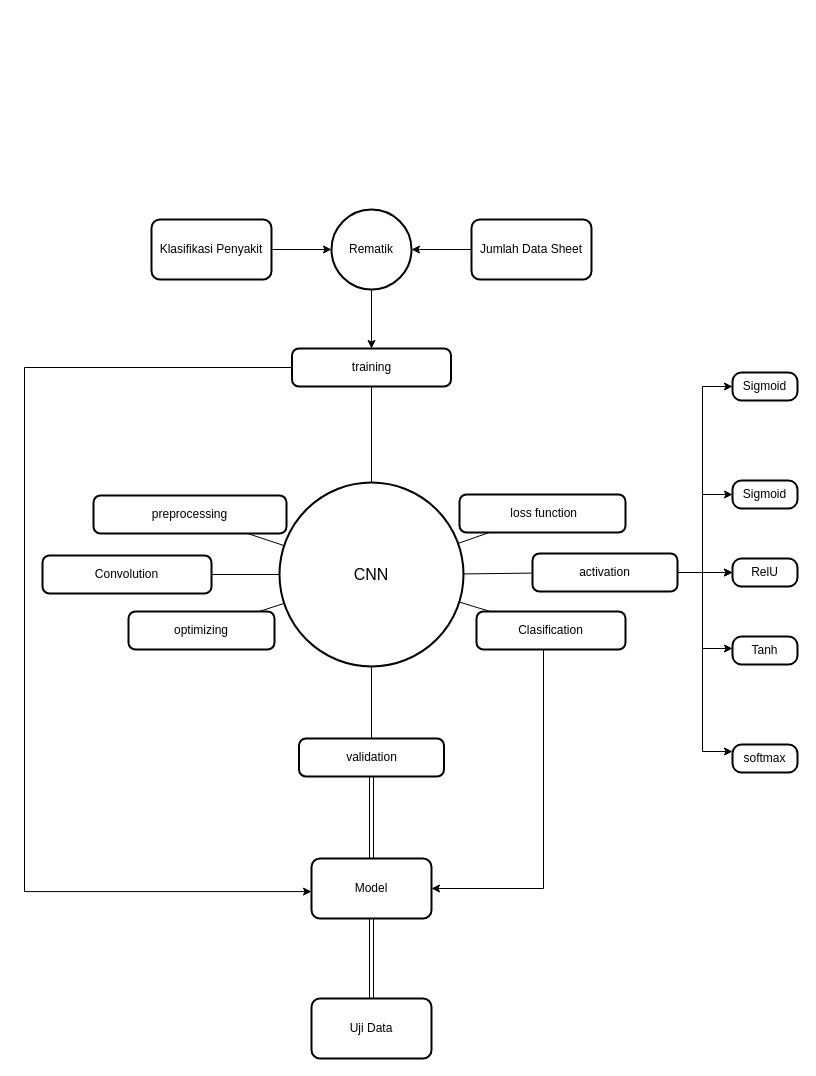
fathursidiq/Pythonmodel keeps this draw.io diagram as mindmap.drawio. Above is the earlier version. Source tidied: cells renumbered, new cells numbered last; positions are measured from the earlier drawing's top-left corner, leaving out a move shared by most shapes. Both pictures are drawn from the tidied source at 100%, with x=0, y=0 at pixel (24, 209).
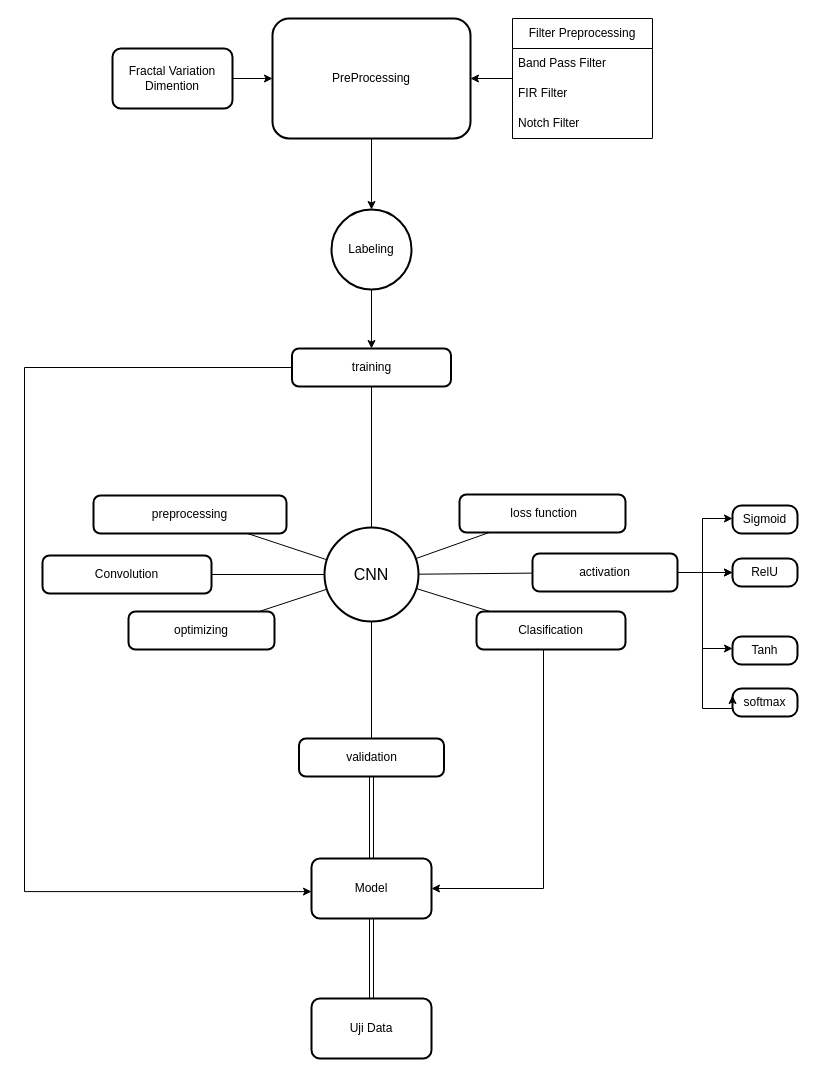
The same page after the edit.

Unchanged cells that the change refers to:
```xml
<mxCell id="2" style="group;" parent="1" vertex="1">
  <mxGeometry width="773" height="849" as="geometry" />
</mxCell>
<mxCell id="5" value="activation " style="rounded=1;absoluteArcSize=1;arcSize=14;whiteSpace=wrap;strokeWidth=2;" parent="2" vertex="1">
  <mxGeometry x="508" y="344" width="145" height="38" as="geometry" />
</mxCell>
```

Diff of the diagram source:
```diff
@@
     <mxCell id="3" value="CNN" style="ellipse;strokeWidth=2;whiteSpace=wrap;fontSize=16;" parent="2" vertex="1">
-      <mxGeometry x="255" y="273" width="184" height="184" as="geometry" />
+      <mxGeometry x="300" y="318" width="94" height="94" as="geometry" />
     </mxCell>
@@
-    <mxCell id="21" value="Rematik" style="ellipse;whiteSpace=wrap;html=1;rounded=1;arcSize=14;strokeWidth=2;" parent="2" vertex="1">
+    <mxCell id="21" value="Labeling" style="ellipse;whiteSpace=wrap;html=1;rounded=1;arcSize=14;strokeWidth=2;" parent="2" vertex="1">
       <mxGeometry x="307" width="80" height="80" as="geometry" />
     </mxCell>
-    <mxCell id="22" value="Klasifikasi Penyakit" style="whiteSpace=wrap;html=1;rounded=1;arcSize=14;strokeWidth=2;" parent="2" vertex="1">
-      <mxGeometry x="127" y="10" width="120" height="60" as="geometry" />
-    </mxCell>
-    <mxCell id="23" style="edgeStyle=orthogonalEdgeStyle;rounded=0;jettySize=auto;html=1;entryX=0;entryY=0.5;entryDx=0;entryDy=0;exitX=1;exitY=0.5;exitDx=0;exitDy=0;" parent="2" edge="1" source="22" target="21">
-      <mxGeometry relative="1" as="geometry" />
-    </mxCell>
-    <mxCell id="24" value="Jumlah Data Sheet" style="whiteSpace=wrap;html=1;rounded=1;arcSize=14;strokeWidth=2;" parent="2" vertex="1">
-      <mxGeometry x="447" y="10" width="120" height="60" as="geometry" />
-    </mxCell>
-    <mxCell id="25" style="edgeStyle=orthogonalEdgeStyle;rounded=0;jettySize=auto;html=1;exitX=0;exitY=0.5;exitDx=0;exitDy=0;entryX=1;entryY=0.5;entryDx=0;entryDy=0;" parent="2" edge="1" source="24" target="21">
-      <mxGeometry relative="1" as="geometry" />
-    </mxCell>
@@
     <mxCell id="34" style="edgeStyle=orthogonalEdgeStyle;rounded=0;jettySize=auto;html=1;exitX=1;exitY=0.5;exitDx=0;exitDy=0;" parent="2" edge="1" source="5" target="37">
       <mxGeometry relative="1" as="geometry">
         <Array as="points">
           <mxPoint x="678" y="363" />
-          <mxPoint x="678" y="177" />
+          <mxPoint x="678" y="309" />
         </Array>
       </mxGeometry>
     </mxCell>
-    <mxCell id="35" value="Sigmoid" style="rounded=1;absoluteArcSize=1;arcSize=18;whiteSpace=wrap;strokeWidth=2;" parent="2" vertex="1">
-      <mxGeometry x="708" y="271" width="65" height="28" as="geometry" />
-    </mxCell>
     <mxCell id="36" value="softmax" style="rounded=1;absoluteArcSize=1;arcSize=18;whiteSpace=wrap;strokeWidth=2;" parent="2" vertex="1">
-      <mxGeometry x="708" y="535" width="65" height="28" as="geometry" />
+      <mxGeometry x="708" y="479" width="65" height="28" as="geometry" />
     </mxCell>
     <mxCell id="37" value="Sigmoid" style="rounded=1;absoluteArcSize=1;arcSize=18;whiteSpace=wrap;strokeWidth=2;" parent="2" vertex="1">
-      <mxGeometry x="708" y="163" width="65" height="28" as="geometry" />
+      <mxGeometry x="708" y="296" width="65" height="28" as="geometry" />
     </mxCell>
@@
-    <mxCell id="41" style="edgeStyle=orthogonalEdgeStyle;rounded=0;jettySize=auto;html=1;entryX=0;entryY=0.5;entryDx=0;entryDy=0;" parent="2" edge="1" source="5" target="35">
-      <mxGeometry relative="1" as="geometry">
-        <Array as="points">
-          <mxPoint x="678" y="363" />
-          <mxPoint x="678" y="285" />
-        </Array>
-      </mxGeometry>
-    </mxCell>
     <mxCell id="42" style="edgeStyle=orthogonalEdgeStyle;rounded=0;jettySize=auto;html=1;entryX=0;entryY=0.25;entryDx=0;entryDy=0;" parent="2" edge="1" source="5" target="36">
       <mxGeometry relative="1" as="geometry">
         <Array as="points">
           <mxPoint x="678" y="363" />
-          <mxPoint x="678" y="542" />
+          <mxPoint x="678" y="499" />
+          <mxPoint x="708" y="499" />
         </Array>
       </mxGeometry>
     </mxCell>
+    <mxCell id="43" style="edgeStyle=orthogonalEdgeStyle;rounded=0;jettySize=auto;html=1;" parent="1" edge="1" source="44" target="22">
+      <mxGeometry relative="1" as="geometry" />
+    </mxCell>
+    <mxCell id="44" value="Filter Preprocessing" style="swimlane;fontStyle=0;horizontal=1;startSize=30;whiteSpace=wrap;html=1;" parent="1" vertex="1">
+      <mxGeometry x="488" y="-191" width="140" height="120" as="geometry" />
+    </mxCell>
+    <mxCell id="45" value="Band Pass Filter" style="text;strokeColor=none;fillColor=none;align=left;verticalAlign=middle;spacingLeft=4;spacingRight=4;overflow=hidden;whiteSpace=wrap;html=1;" parent="44" vertex="1">
+      <mxGeometry y="30" width="140" height="30" as="geometry" />
+    </mxCell>
+    <mxCell id="46" value="FIR Filter" style="text;strokeColor=none;fillColor=none;align=left;verticalAlign=middle;spacingLeft=4;spacingRight=4;overflow=hidden;whiteSpace=wrap;html=1;" parent="44" vertex="1">
+      <mxGeometry y="60" width="140" height="30" as="geometry" />
+    </mxCell>
+    <mxCell id="47" value="Notch Filter" style="text;strokeColor=none;fillColor=none;align=left;verticalAlign=middle;spacingLeft=4;spacingRight=4;overflow=hidden;whiteSpace=wrap;html=1;" parent="44" vertex="1">
+      <mxGeometry y="90" width="140" height="30" as="geometry" />
+    </mxCell>
+    <mxCell id="48" style="edgeStyle=orthogonalEdgeStyle;rounded=0;jettySize=auto;html=1;entryX=0;entryY=0.5;entryDx=0;entryDy=0;exitX=1;exitY=0.5;exitDx=0;exitDy=0;" parent="1" edge="1" source="49" target="22">
+      <mxGeometry relative="1" as="geometry" />
+    </mxCell>
+    <mxCell id="23" style="edgeStyle=orthogonalEdgeStyle;rounded=0;jettySize=auto;html=1;" parent="1" edge="1" source="22" target="21">
+      <mxGeometry relative="1" as="geometry" />
+    </mxCell>
+    <mxCell id="22" value="PreProcessing" style="whiteSpace=wrap;html=1;rounded=1;arcSize=14;strokeWidth=2;" parent="1" vertex="1">
+      <mxGeometry x="248" y="-191" width="198" height="120" as="geometry" />
+    </mxCell>
+    <mxCell id="49" value="Fractal Variation Dimention" style="whiteSpace=wrap;html=1;rounded=1;arcSize=14;strokeWidth=2;" parent="1" vertex="1">
+      <mxGeometry x="88" y="-161" width="120" height="60" as="geometry" />
+    </mxCell>
```
